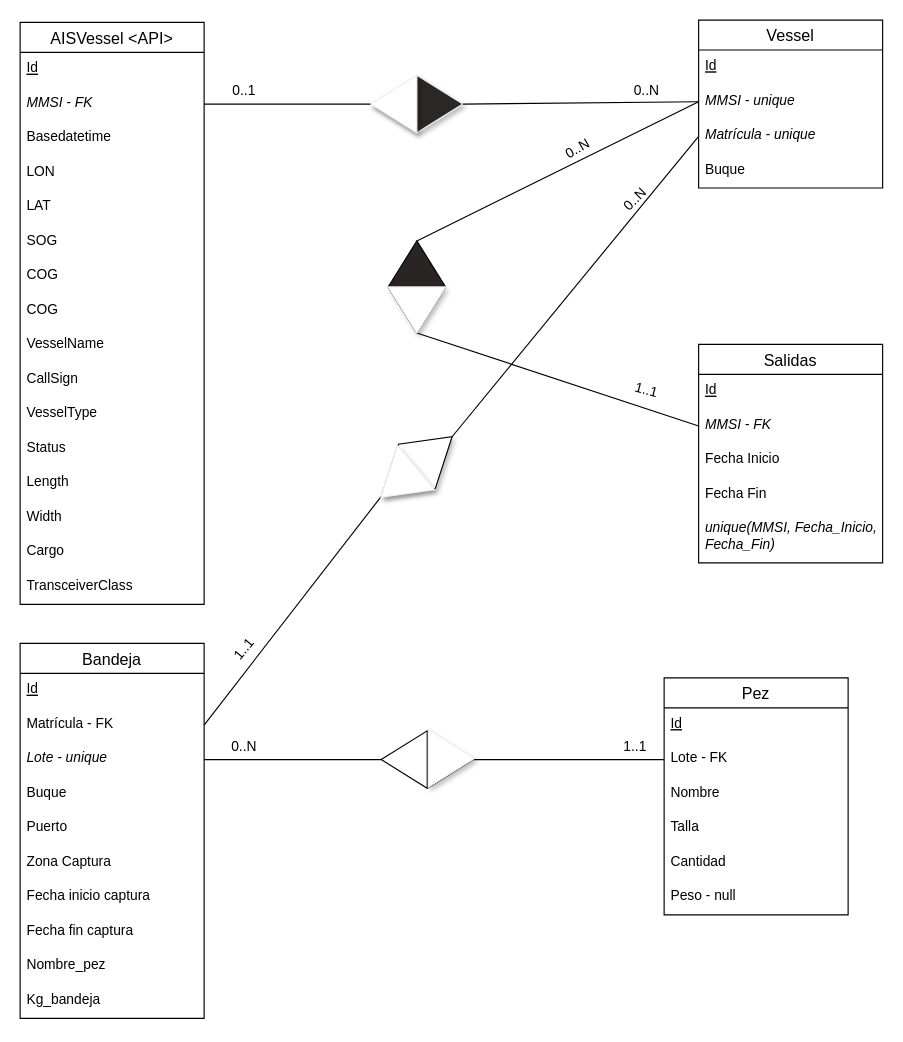
The draw.io diagram documentos_asociados/BBDD_Final.drawio in sebaspasker/webGIS-deepfish, before the edit. Source tidied: cells renumbered, new cells numbered last; positions are measured from the earlier drawing's top-left corner, leaving out a move shared by most shapes. Both pictures are drawn from the tidied source at 115%, with x=0, y=0 at pixel (20, 20).
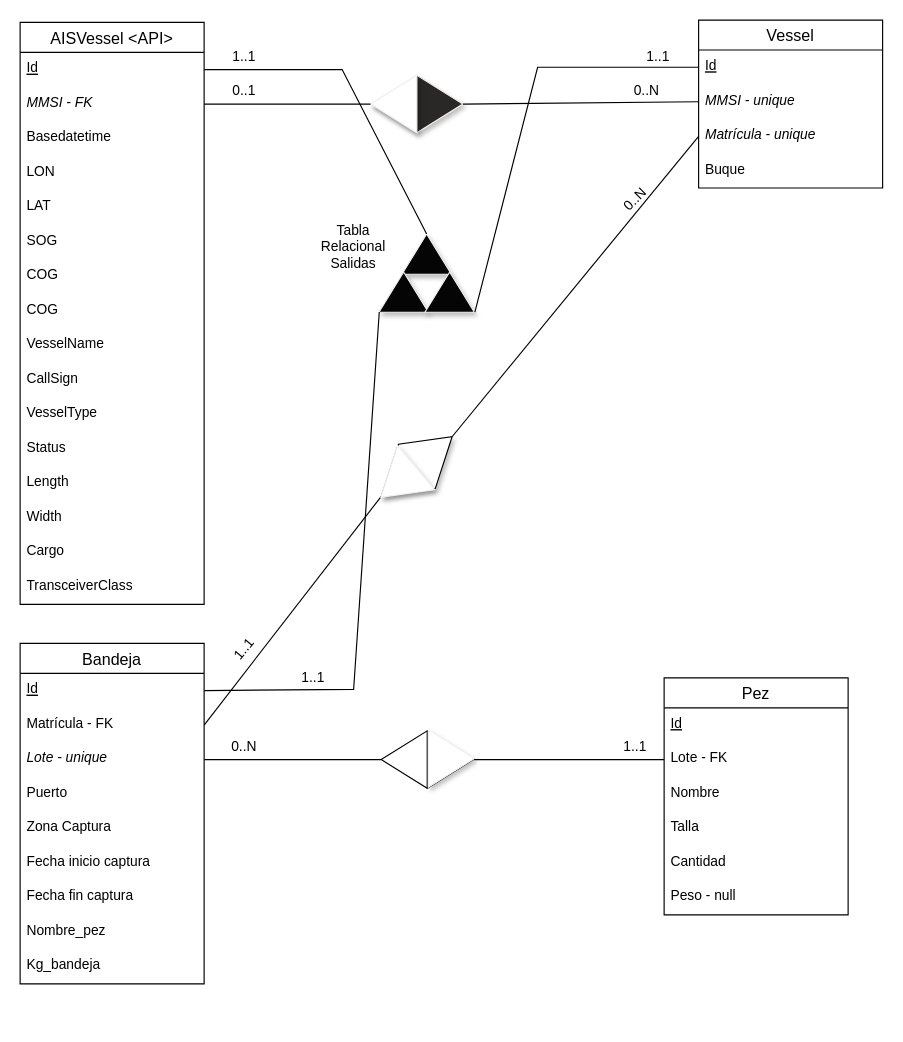
The same diagram, later.

Unchanged cells that the change refers to:
```xml
<mxCell id="5" value="Id" style="text;strokeColor=none;fillColor=none;spacingLeft=4;spacingRight=4;overflow=hidden;points=[[0,0.5],[1,0.5]];portConstraint=eastwest;fontSize=12;fontStyle=4;" parent="4" vertex="1">
  <mxGeometry y="26" width="160" height="30" as="geometry" />
</mxCell>
<mxCell id="22" value="Id" style="text;strokeColor=none;fillColor=none;spacingLeft=4;spacingRight=4;overflow=hidden;points=[[0,0.5],[1,0.5]];portConstraint=eastwest;fontSize=12;fontStyle=4;" parent="21" vertex="1">
  <mxGeometry y="26" width="160" height="30" as="geometry" />
</mxCell>
<mxCell id="23" value="MMSI - unique " style="text;strokeColor=none;fillColor=none;spacingLeft=4;spacingRight=4;overflow=hidden;points=[[0,0.5],[1,0.5]];portConstraint=eastwest;fontSize=12;fontStyle=2;" parent="21" vertex="1">
  <mxGeometry y="56" width="160" height="30" as="geometry" />
</mxCell>
<mxCell id="27" value="Id" style="text;strokeColor=none;fillColor=none;spacingLeft=4;spacingRight=4;overflow=hidden;points=[[0,0.5],[1,0.5]];portConstraint=eastwest;fontSize=12;fontStyle=4;" parent="26" vertex="1">
  <mxGeometry y="26" width="160" height="30" as="geometry" />
</mxCell>
```

What changed in the source:
```diff
@@
     <mxCell id="26" value="Bandeja" style="swimlane;fontStyle=0;horizontal=1;startSize=26;align=center;fontSize=14;" parent="1" vertex="1">
-      <mxGeometry y="542" width="160" height="326" as="geometry" />
+      <mxGeometry y="542" width="160" height="296" as="geometry" />
     </mxCell>
@@
-    <mxCell id="30" value="Buque" style="text;strokeColor=none;fillColor=none;spacingLeft=4;spacingRight=4;overflow=hidden;fontSize=12;fontStyle=0;" parent="26" vertex="1">
-      <mxGeometry y="116" width="160" height="30" as="geometry" />
-    </mxCell>
     <mxCell id="31" value="Puerto" style="text;strokeColor=none;fillColor=none;spacingLeft=4;spacingRight=4;overflow=hidden;fontSize=12;fontStyle=0;" parent="26" vertex="1">
-      <mxGeometry y="146" width="160" height="30" as="geometry" />
+      <mxGeometry y="116" width="160" height="30" as="geometry" />
     </mxCell>
     <mxCell id="32" value="Zona Captura" style="text;strokeColor=none;fillColor=none;spacingLeft=4;spacingRight=4;overflow=hidden;fontSize=12;fontStyle=0;" parent="26" vertex="1">
-      <mxGeometry y="176" width="160" height="30" as="geometry" />
+      <mxGeometry y="146" width="160" height="30" as="geometry" />
     </mxCell>
     <mxCell id="33" value="Fecha inicio captura" style="text;strokeColor=none;fillColor=none;spacingLeft=4;spacingRight=4;overflow=hidden;fontSize=12;fontStyle=0;" parent="26" vertex="1">
-      <mxGeometry y="206" width="160" height="30" as="geometry" />
+      <mxGeometry y="176" width="160" height="30" as="geometry" />
     </mxCell>
     <mxCell id="34" value="Fecha fin captura" style="text;strokeColor=none;fillColor=none;spacingLeft=4;spacingRight=4;overflow=hidden;fontSize=12;fontStyle=0;" parent="26" vertex="1">
-      <mxGeometry y="236" width="160" height="30" as="geometry" />
+      <mxGeometry y="206" width="160" height="30" as="geometry" />
     </mxCell>
     <mxCell id="35" value="Nombre_pez" style="text;strokeColor=none;fillColor=none;spacingLeft=4;spacingRight=4;overflow=hidden;fontSize=12;fontStyle=0;" parent="26" vertex="1">
-      <mxGeometry y="266" width="160" height="30" as="geometry" />
+      <mxGeometry y="236" width="160" height="30" as="geometry" />
     </mxCell>
     <mxCell id="36" value="Kg_bandeja" style="text;strokeColor=none;fillColor=none;spacingLeft=4;spacingRight=4;overflow=hidden;fontSize=12;fontStyle=0;" parent="26" vertex="1">
-      <mxGeometry y="296" width="160" height="30" as="geometry" />
+      <mxGeometry y="266" width="160" height="30" as="geometry" />
     </mxCell>
-    <mxCell id="37" value="Salidas" style="swimlane;fontStyle=0;horizontal=1;startSize=26;align=center;fontSize=14;" parent="1" vertex="1">
-      <mxGeometry x="590" y="282" width="160" height="190" as="geometry" />
-    </mxCell>
-    <mxCell id="38" value="Id" style="text;strokeColor=none;fillColor=none;spacingLeft=4;spacingRight=4;overflow=hidden;fontSize=12;fontStyle=4;" parent="37" vertex="1">
-      <mxGeometry y="26" width="160" height="30" as="geometry" />
-    </mxCell>
-    <mxCell id="39" value="MMSI - FK" style="text;strokeColor=none;fillColor=none;spacingLeft=4;spacingRight=4;overflow=hidden;points=[[0,0.5],[1,0.5]];portConstraint=eastwest;fontSize=12;fontStyle=2;" parent="37" vertex="1">
-      <mxGeometry y="56" width="160" height="30" as="geometry" />
-    </mxCell>
-    <mxCell id="40" value="Fecha Inicio" style="text;strokeColor=none;fillColor=none;spacingLeft=4;spacingRight=4;overflow=hidden;fontSize=12;fontStyle=0;" parent="37" vertex="1">
-      <mxGeometry y="86" width="160" height="30" as="geometry" />
-    </mxCell>
-    <mxCell id="41" value="Fecha Fin" style="text;strokeColor=none;fillColor=none;spacingLeft=4;spacingRight=4;overflow=hidden;fontSize=12;fontStyle=0;" parent="37" vertex="1">
-      <mxGeometry y="116" width="160" height="30" as="geometry" />
-    </mxCell>
-    <mxCell id="42" value="unique(MMSI, Fecha_Inicio,&#10;Fecha_Fin)" style="text;strokeColor=none;fillColor=none;spacingLeft=4;spacingRight=4;overflow=hidden;fontSize=12;fontStyle=2;" parent="37" vertex="1">
-      <mxGeometry y="146" width="160" height="44" as="geometry" />
-    </mxCell>
@@
-    <mxCell id="53" style="rhombus;whiteSpace=wrap;html=1;fillColor=#2A2424;" parent="1" vertex="1">
-      <mxGeometry x="320" y="192" width="50" height="80" as="geometry" />
-    </mxCell>
-    <mxCell id="54" style="endArrow=none;html=1;rounded=0;entryX=0.5;entryY=0;entryDx=0;entryDy=0;exitX=0;exitY=0.5;exitDx=0;exitDy=0;" parent="1" edge="1" source="23" target="53">
-      <mxGeometry relative="1" as="geometry" />
-    </mxCell>
-    <mxCell id="55" style="endArrow=none;html=1;rounded=0;exitX=0.5;exitY=1;exitDx=0;exitDy=0;entryX=0;entryY=0.5;entryDx=0;entryDy=0;" parent="1" edge="1" source="53" target="39">
-      <mxGeometry relative="1" as="geometry" />
-    </mxCell>
-    <mxCell id="56" style="endArrow=none;html=1;rounded=0;exitX=0;exitY=0.5;exitDx=0;exitDy=0;entryX=1;entryY=0.5;entryDx=0;entryDy=0;" parent="1" edge="1" source="53" target="53">
-      <mxGeometry relative="1" as="geometry" />
-    </mxCell>
@@
-    <mxCell id="64" value="0..N" style="text;html=1;strokeColor=none;fillColor=none;align=center;verticalAlign=middle;whiteSpace=wrap;rounded=0;shadow=1;rotation=-30;" parent="1" vertex="1">
-      <mxGeometry x="460" y="102" width="50" height="20" as="geometry" />
-    </mxCell>
@@
-    <mxCell id="68" value="1..1" style="text;html=1;strokeColor=none;fillColor=none;align=center;verticalAlign=middle;whiteSpace=wrap;rounded=0;shadow=1;rotation=15;" parent="1" vertex="1">
-      <mxGeometry x="520" y="312" width="50" height="20" as="geometry" />
-    </mxCell>
@@
-    <mxCell id="71" style="verticalLabelPosition=bottom;verticalAlign=top;html=1;shape=mxgraph.basic.acute_triangle;dx=0.5;shadow=1;strokeColor=#F0F0F0;fillColor=#FFFFFF;rotation=-180;" parent="1" vertex="1">
-      <mxGeometry x="320" y="232" width="50" height="40" as="geometry" />
-    </mxCell>
@@
+    <mxCell id="74" style="triangle;whiteSpace=wrap;html=1;shadow=1;strokeColor=#F0F0F0;fillColor=#050505;rotation=-90;" parent="1" vertex="1">
+      <mxGeometry x="336" y="182" width="35" height="43" as="geometry" />
+    </mxCell>
+    <mxCell id="75" style="triangle;whiteSpace=wrap;html=1;shadow=1;strokeColor=#F0F0F0;fillColor=#050505;rotation=-90;" parent="1" vertex="1">
+      <mxGeometry x="316" y="215" width="35" height="43" as="geometry" />
+    </mxCell>
+    <mxCell id="76" style="triangle;whiteSpace=wrap;html=1;shadow=1;strokeColor=#F0F0F0;fillColor=#050505;rotation=-90;" parent="1" vertex="1">
+      <mxGeometry x="356" y="215" width="35" height="43" as="geometry" />
+    </mxCell>
+    <mxCell id="77" style="endArrow=none;html=1;rounded=0;exitX=1;exitY=0.5;exitDx=0;exitDy=0;entryX=1;entryY=0.5;entryDx=0;entryDy=0;" parent="1" edge="1" source="74" target="5">
+      <mxGeometry relative="1" as="geometry">
+        <Array as="points">
+          <mxPoint x="280" y="43" />
+        </Array>
+      </mxGeometry>
+    </mxCell>
+    <mxCell id="78" style="endArrow=none;html=1;rounded=0;entryX=0;entryY=0.5;entryDx=0;entryDy=0;exitX=0;exitY=1.01;exitDx=0;exitDy=0;exitPerimeter=0;" parent="1" edge="1" source="76" target="22">
+      <mxGeometry relative="1" as="geometry">
+        <Array as="points">
+          <mxPoint x="450" y="41" />
+        </Array>
+      </mxGeometry>
+    </mxCell>
+    <mxCell id="79" style="endArrow=none;html=1;rounded=0;entryX=1;entryY=0.5;entryDx=0;entryDy=0;exitX=0.007;exitY=0.007;exitDx=0;exitDy=0;exitPerimeter=0;" parent="1" edge="1" source="75" target="27">
+      <mxGeometry relative="1" as="geometry">
+        <Array as="points">
+          <mxPoint x="290" y="582" />
+        </Array>
+      </mxGeometry>
+    </mxCell>
+    <mxCell id="80" value="Tabla&lt;br&gt;Relacional Salidas" style="text;html=1;strokeColor=none;fillColor=none;align=center;verticalAlign=middle;whiteSpace=wrap;rounded=0;shadow=1;" parent="1" vertex="1">
+      <mxGeometry x="260" y="182" width="60" height="30" as="geometry" />
+    </mxCell>
+    <mxCell id="81" value="1..1" style="text;html=1;strokeColor=none;fillColor=none;align=center;verticalAlign=middle;whiteSpace=wrap;rounded=0;shadow=1;rotation=0;" parent="1" vertex="1">
+      <mxGeometry x="170" y="22" width="50" height="20" as="geometry" />
+    </mxCell>
+    <mxCell id="82" value="1..1" style="text;html=1;strokeColor=none;fillColor=none;align=center;verticalAlign=middle;whiteSpace=wrap;rounded=0;shadow=1;rotation=0;" parent="1" vertex="1">
+      <mxGeometry x="530" y="22" width="50" height="20" as="geometry" />
+    </mxCell>
+    <mxCell id="83" value="1..1" style="text;html=1;strokeColor=none;fillColor=none;align=center;verticalAlign=middle;whiteSpace=wrap;rounded=0;shadow=1;rotation=0;" parent="1" vertex="1">
+      <mxGeometry x="230" y="562" width="50" height="20" as="geometry" />
+    </mxCell>
```
